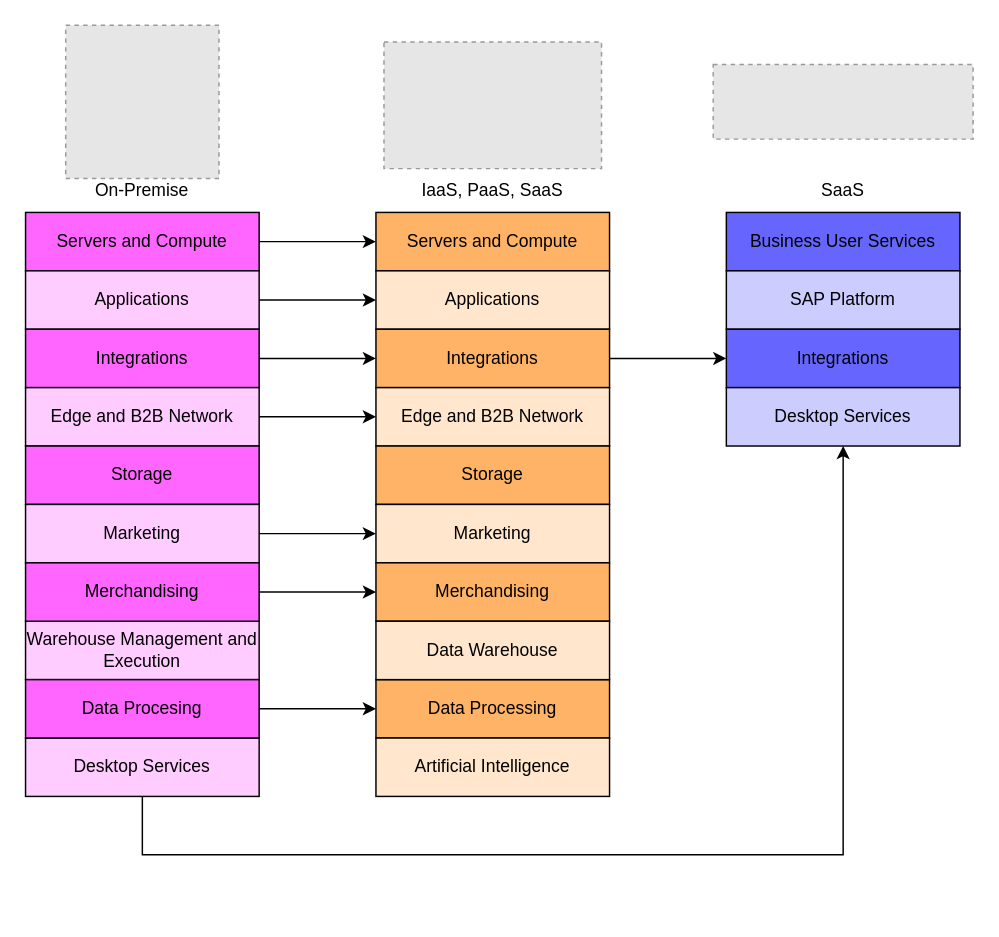
The draw.io diagram page "Cloud Positions" (1 of 9) of images/strategy.drawio in bpayt2/temp, before the edit. Source tidied: cells renumbered, new cells numbered last; positions are measured from the earlier drawing's top-left corner, leaving out a move shared by most shapes. Both pictures are drawn from the tidied source at 146%, with x=0, y=0 at pixel (25, 25). Pictures stored in the file or linked from it are replaced by grey dashed boxes.
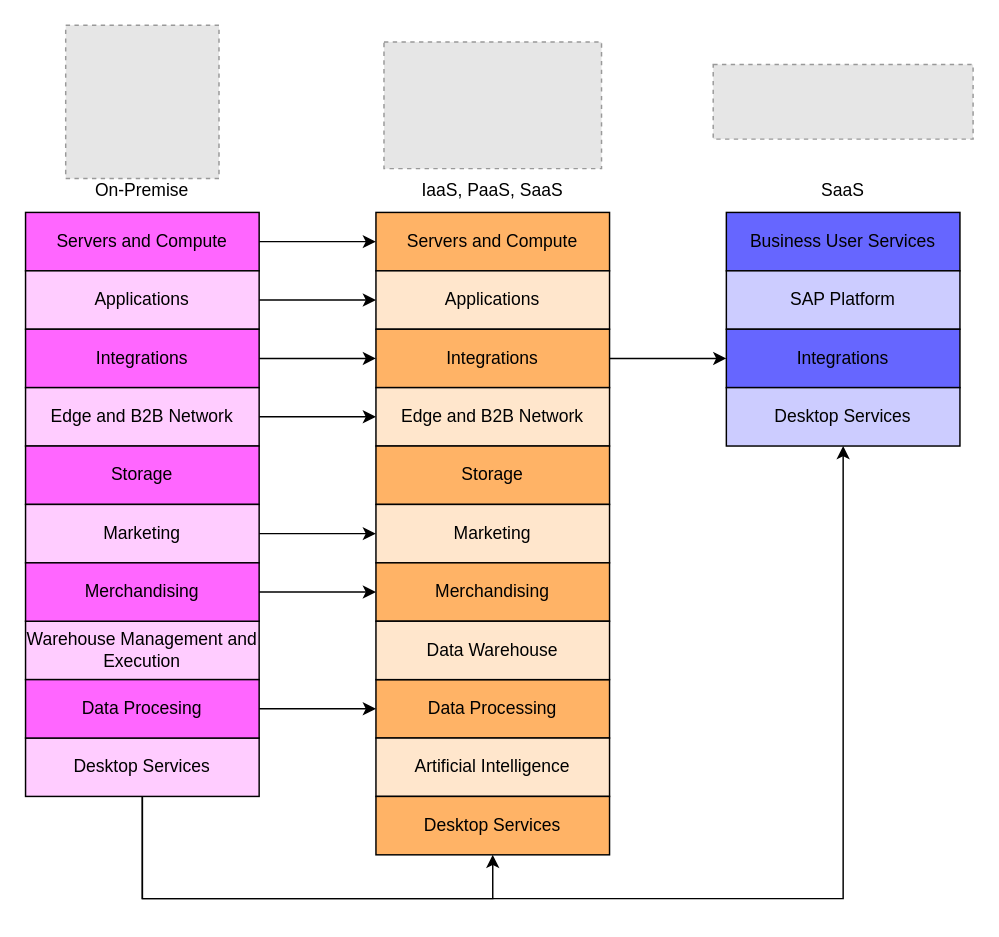
The same page after the edit.

Unchanged cells that the change refers to:
```xml
<mxCell id="10" value="Desktop Services" style="rounded=0;whiteSpace=wrap;html=1;fillColor=#FFCCFF;" parent="1" vertex="1">
  <mxGeometry y="488" width="160" height="40" as="geometry" />
</mxCell>
<mxCell id="27" value="Desktop Services" style="rounded=0;whiteSpace=wrap;html=1;fillColor=#CCCCFF;" parent="1" vertex="1">
  <mxGeometry x="480" y="248" width="160" height="40" as="geometry" />
</mxCell>
```

Diff of the diagram source:
```diff
@@
+    <mxCell id="41" style="edgeStyle=orthogonalEdgeStyle;rounded=0;jettySize=auto;html=1;exitX=0.5;exitY=1;exitDx=0;exitDy=0;entryX=0.5;entryY=1;entryDx=0;entryDy=0;" parent="1" edge="1" source="10" target="42">
+      <mxGeometry relative="1" as="geometry">
+        <Array as="points">
+          <mxPoint x="80" y="598" />
+          <mxPoint x="320" y="598" />
+        </Array>
+      </mxGeometry>
+    </mxCell>
@@
     <mxCell id="26" style="edgeStyle=orthogonalEdgeStyle;rounded=0;jettySize=auto;html=1;exitX=0.5;exitY=1;exitDx=0;exitDy=0;entryX=0.5;entryY=1;entryDx=0;entryDy=0;startArrow=classic;startFill=1;endArrow=none;endFill=0;" parent="1" edge="1" source="27" target="10">
       <mxGeometry relative="1" as="geometry">
         <Array as="points">
-          <mxPoint x="560" y="568" />
-          <mxPoint x="80" y="568" />
+          <mxPoint x="560" y="598" />
+          <mxPoint x="80" y="598" />
         </Array>
       </mxGeometry>
     </mxCell>
@@
+    <mxCell id="42" value="Desktop Services" style="rounded=0;whiteSpace=wrap;html=1;fillColor=#FFB366;strokeColor=default;align=center;verticalAlign=middle;fontFamily=Helvetica;fontSize=12;fontColor=default;" parent="1" vertex="1">
+      <mxGeometry x="240" y="528" width="160" height="40" as="geometry" />
+    </mxCell>
```
